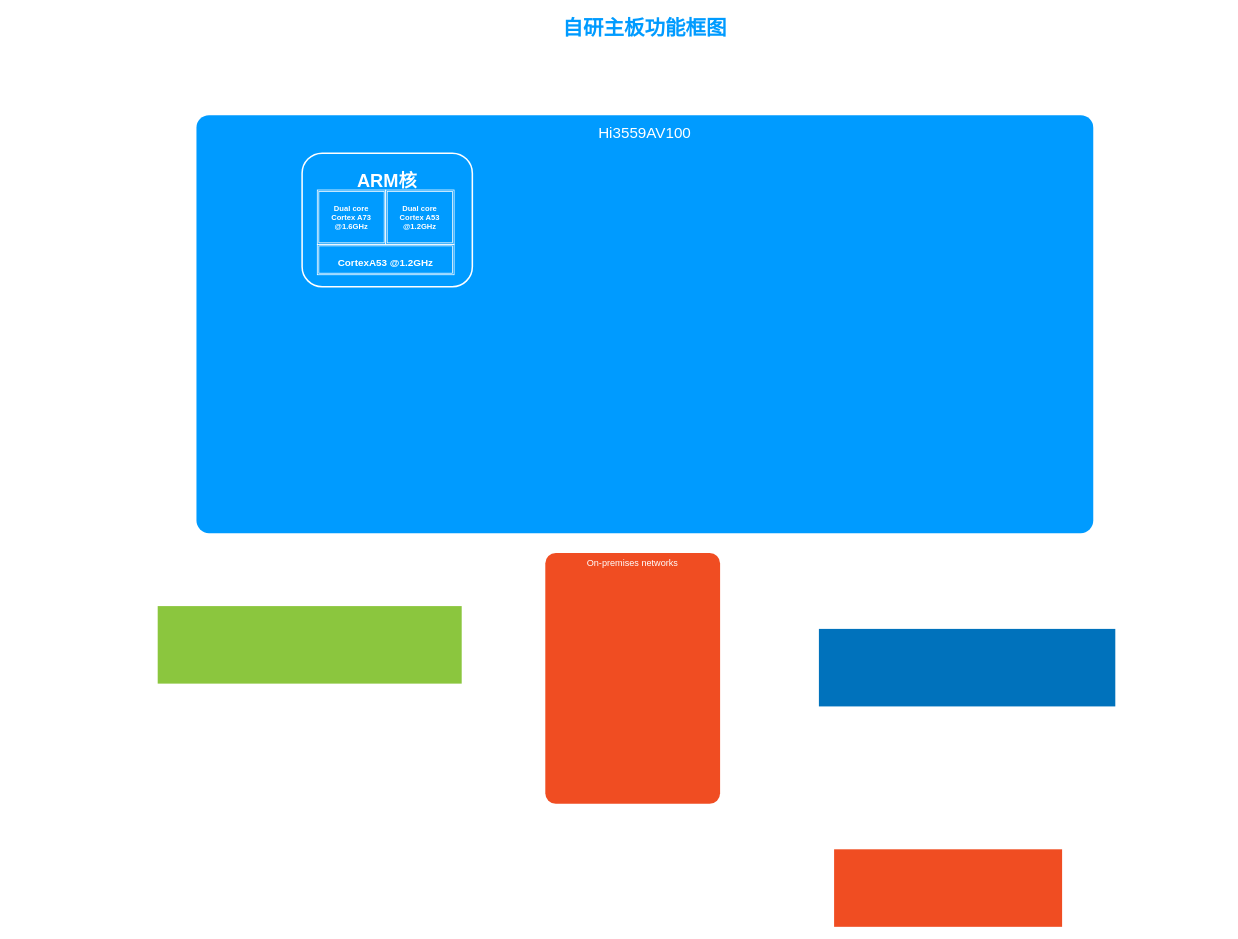
Above: Hi3559av100.drawio in qiaoshouxing/draw.io (draw.io), before the change. Source tidied: cells renumbered, new cells numbered last; positions are measured from the earlier drawing's top-left corner, leaving out a move shared by most shapes. Both pictures are drawn from the tidied source at 76%, with x=0, y=0 at pixel (65, 13).
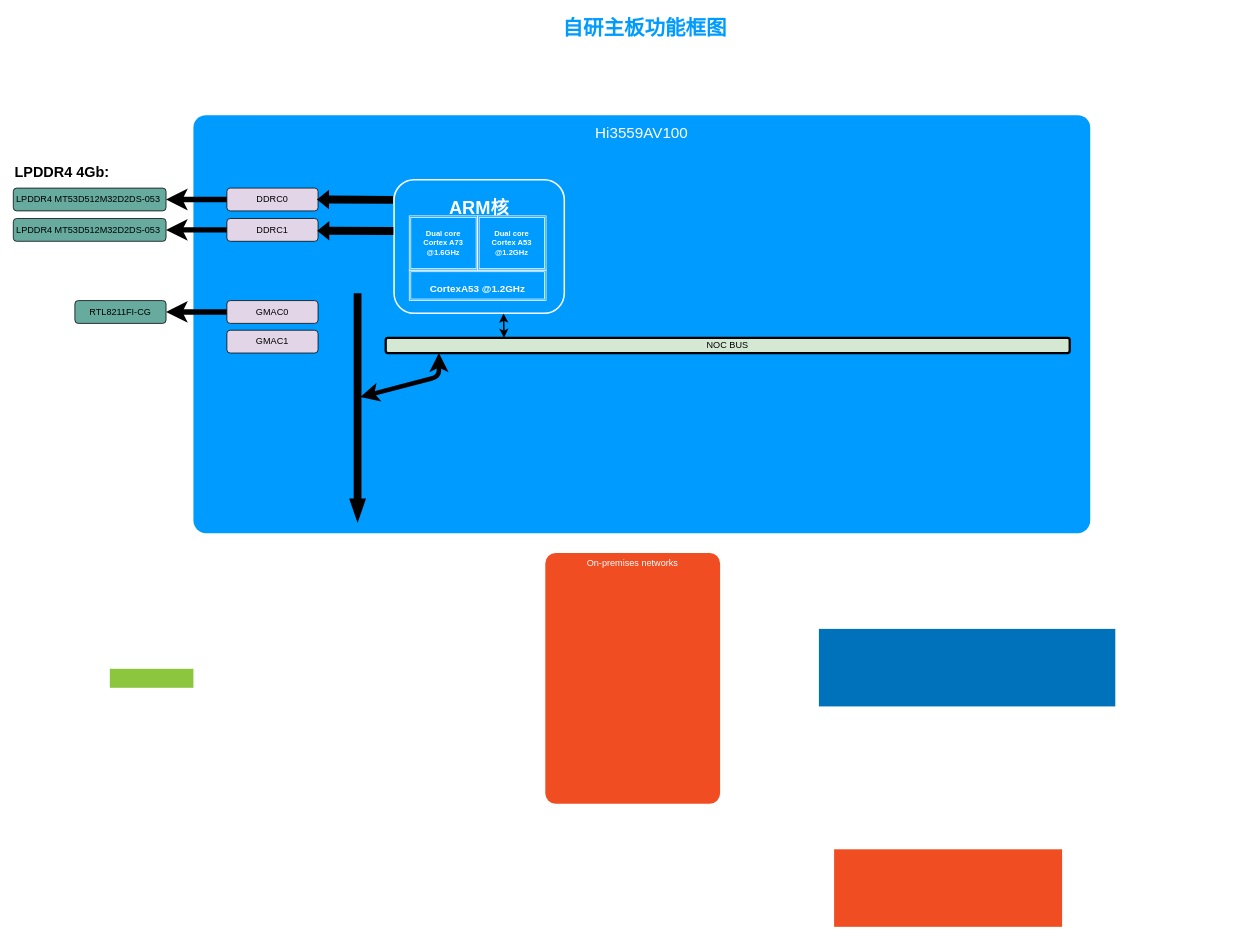
The same diagram, later.

Change to the diagram source:
```diff
@@
     <mxCell id="2" value="Hi3559AV100" style="whiteSpace=wrap;html=1;rounded=1;shadow=0;strokeColor=none;strokeWidth=2;fillColor=#009BFF;fontSize=20;fontColor=#FFFFFF;align=center;arcSize=3;verticalAlign=top;spacingTop=4;" parent="1" vertex="1">
-      <mxGeometry x="173" y="134" width="1180" height="550" as="geometry" />
+      <mxGeometry x="169" y="134" width="1180" height="550" as="geometry" />
     </mxCell>
@@
     <mxCell id="4" value="&lt;h1&gt;&lt;b style=&quot;color: rgb(255 , 255 , 255)&quot;&gt;ARM核&lt;/b&gt;&lt;/h1&gt;" style="rounded=1;whiteSpace=wrap;html=1;shadow=0;strokeWidth=2;fillColor=none;fontSize=12;fontColor=#000000;align=center;strokeColor=#FFFFFF;verticalAlign=top;" parent="1" vertex="1">
-      <mxGeometry x="312" y="184" width="224" height="175.8" as="geometry" />
+      <mxGeometry x="433" y="219" width="224" height="175.8" as="geometry" />
     </mxCell>
@@
     <mxCell id="6" style="rounded=0;whiteSpace=wrap;html=1;shadow=0;strokeWidth=2;fillColor=#8BC63E;fontSize=12;fontColor=#FFFFFF;align=center;strokeColor=none;arcSize=6;verticalAlign=top;" parent="1" vertex="1">
-      <mxGeometry x="122" y="780" width="400" height="102" as="geometry" />
+      <mxGeometry x="59" y="862.5" width="110" height="25" as="geometry" />
     </mxCell>
@@
     <mxCell id="9" value="&lt;div style=&quot;font-size: 10px&quot;&gt;&lt;font style=&quot;font-size: 10px&quot;&gt;Dual core&lt;/font&gt;&lt;/div&gt;&lt;div style=&quot;font-size: 10px&quot;&gt;&lt;font style=&quot;font-size: 10px&quot;&gt;Cortex A73&lt;/font&gt;&lt;/div&gt;&lt;div style=&quot;font-size: 10px&quot;&gt;&lt;font style=&quot;font-size: 10px&quot;&gt;@1.6GHz&lt;/font&gt;&lt;/div&gt;" style="shape=ext;double=1;rounded=1;whiteSpace=wrap;html=1;fillColor=none;fontSize=27;fontColor=#FFFFFF;labelBackgroundColor=none;strokeColor=#FFFFFF;arcSize=0;fontStyle=1;" parent="1" vertex="1">
-      <mxGeometry x="332" y="232.5" width="90" height="71.5" as="geometry" />
+      <mxGeometry x="453" y="266.5" width="90" height="71.5" as="geometry" />
     </mxCell>
     <mxCell id="10" value="&lt;div style=&quot;font-size: 10px&quot;&gt;&lt;font style=&quot;font-size: 10px&quot;&gt;Dual core&lt;/font&gt;&lt;/div&gt;&lt;div style=&quot;font-size: 10px&quot;&gt;&lt;font style=&quot;font-size: 10px&quot;&gt;Cortex A53&lt;/font&gt;&lt;/div&gt;&lt;div style=&quot;font-size: 10px&quot;&gt;&lt;font style=&quot;font-size: 10px&quot;&gt;@1.2GHz&lt;/font&gt;&lt;/div&gt;" style="shape=ext;double=1;rounded=1;whiteSpace=wrap;html=1;fillColor=none;fontSize=27;fontColor=#FFFFFF;labelBackgroundColor=none;strokeColor=#FFFFFF;arcSize=0;fontStyle=1;" parent="1" vertex="1">
-      <mxGeometry x="422" y="232.5" width="90" height="71.5" as="geometry" />
+      <mxGeometry x="543" y="266.5" width="90" height="71.5" as="geometry" />
     </mxCell>
     <mxCell id="11" value="&lt;div&gt;&lt;font style=&quot;font-size: 13px&quot;&gt;CortexA53 @1.2GHz&lt;/font&gt;&lt;/div&gt;" style="shape=ext;double=1;rounded=1;whiteSpace=wrap;html=1;fillColor=none;fontSize=27;fontColor=#FFFFFF;labelBackgroundColor=none;strokeColor=#FFFFFF;arcSize=0;fontStyle=1;" parent="1" vertex="1">
-      <mxGeometry x="332" y="304" width="180" height="40" as="geometry" />
+      <mxGeometry x="453" y="338" width="180" height="40" as="geometry" />
     </mxCell>
+    <mxCell id="12" value="NOC BUS" style="rounded=1;whiteSpace=wrap;html=1;fillColor=#d5e8d4;strokeColor=#000000;strokeWidth=3;" parent="1" vertex="1">
+      <mxGeometry x="422" y="427" width="900" height="20" as="geometry" />
+    </mxCell>
+    <mxCell id="13" style="endArrow=classic;startArrow=classic;html=1;exitX=0.173;exitY=0;exitDx=0;exitDy=0;exitPerimeter=0;strokeWidth=2;entryX=0.643;entryY=1.001;entryDx=0;entryDy=0;entryPerimeter=0;" parent="1" edge="1" source="12" target="4">
+      <mxGeometry relative="1" as="geometry" />
+    </mxCell>
+    <mxCell id="14" style="html=1;shadow=0;dashed=0;align=center;verticalAlign=middle;shape=mxgraph.arrows2.arrow;dy=0.6;dx=26;direction=south;notch=0;strokeColor=#000000;strokeWidth=3;fillColor=#000000;" parent="1" vertex="1">
+      <mxGeometry x="376" y="370" width="18" height="296" as="geometry" />
+    </mxCell>
+    <mxCell id="15" style="endArrow=classic;startArrow=classic;html=1;strokeWidth=6;jumpSize=7;exitX=0;exitY=0;exitDx=135;exitDy=5.3999999999999995;exitPerimeter=0;" parent="1" edge="1" source="14">
+      <mxGeometry relative="1" as="geometry">
+        <mxPoint x="492" y="447" as="targetPoint" />
+        <Array as="points">
+          <mxPoint x="492" y="478" />
+        </Array>
+      </mxGeometry>
+    </mxCell>
+    <mxCell id="16" style="edgeStyle=orthogonalEdgeStyle;rounded=0;jumpSize=7;jettySize=auto;html=1;strokeWidth=7;fillColor=#000000;" parent="1" edge="1" source="17" target="18">
+      <mxGeometry relative="1" as="geometry" />
+    </mxCell>
+    <mxCell id="17" value="DDRC0" style="rounded=1;whiteSpace=wrap;html=1;strokeColor=#000000;strokeWidth=1;fillColor=#e1d5e7;" parent="1" vertex="1">
+      <mxGeometry x="213" y="230" width="120" height="30" as="geometry" />
+    </mxCell>
+    <mxCell id="18" value="&lt;div&gt;LPDDR4&amp;nbsp;&lt;span&gt;MT53D512M&lt;/span&gt;&lt;span&gt;32D2DS-053&amp;nbsp;&lt;/span&gt;&lt;/div&gt;" style="rounded=1;whiteSpace=wrap;html=1;strokeColor=#000000;strokeWidth=1;fillColor=#67AB9F;" parent="1" vertex="1">
+      <mxGeometry x="-68" y="230" width="201" height="30" as="geometry" />
+    </mxCell>
+    <mxCell id="19" style="edgeStyle=orthogonalEdgeStyle;rounded=0;jumpSize=7;jettySize=auto;html=1;strokeWidth=7;fillColor=#000000;" parent="1" edge="1" source="20" target="21">
+      <mxGeometry relative="1" as="geometry" />
+    </mxCell>
+    <mxCell id="20" value="DDRC1" style="rounded=1;whiteSpace=wrap;html=1;strokeColor=#000000;strokeWidth=1;fillColor=#e1d5e7;" parent="1" vertex="1">
+      <mxGeometry x="213" y="270" width="120" height="30" as="geometry" />
+    </mxCell>
+    <mxCell id="21" value="LPDDR4&amp;nbsp;MT53D512M32D2DS-053&amp;nbsp;" style="rounded=1;whiteSpace=wrap;html=1;strokeColor=#000000;strokeWidth=1;fillColor=#67AB9F;" parent="1" vertex="1">
+      <mxGeometry x="-68" y="270" width="201" height="30" as="geometry" />
+    </mxCell>
+    <mxCell id="22" style="shape=flexArrow;endArrow=classic;html=1;strokeWidth=1;exitX=0.005;exitY=0.151;exitDx=0;exitDy=0;exitPerimeter=0;entryX=1;entryY=0.5;entryDx=0;entryDy=0;fillColor=#000000;strokeColor=none;endWidth=14.285714285714285;endSize=4.961904761904762;width=10.476190476190476;" parent="1" edge="1">
+      <mxGeometry relative="1" as="geometry">
+        <mxPoint x="432.1" y="245.5" as="sourcePoint" />
+        <mxPoint x="331" y="245" as="targetPoint" />
+      </mxGeometry>
+    </mxCell>
+    <mxCell id="23" style="shape=flexArrow;endArrow=classic;html=1;strokeWidth=1;exitX=0.005;exitY=0.151;exitDx=0;exitDy=0;exitPerimeter=0;entryX=1;entryY=0.5;entryDx=0;entryDy=0;fillColor=#000000;strokeColor=none;endWidth=14.285714285714285;endSize=4.961904761904762;width=10.476190476190476;" parent="1" edge="1">
+      <mxGeometry relative="1" as="geometry">
+        <mxPoint x="432.6" y="286.5" as="sourcePoint" />
+        <mxPoint x="331.4" y="286" as="targetPoint" />
+      </mxGeometry>
+    </mxCell>
+    <mxCell id="24" style="edgeStyle=orthogonalEdgeStyle;rounded=0;jumpSize=7;jettySize=auto;html=1;strokeWidth=7;fillColor=#000000;" parent="1" edge="1" source="25" target="26">
+      <mxGeometry relative="1" as="geometry" />
+    </mxCell>
+    <mxCell id="25" value="GMAC0" style="rounded=1;whiteSpace=wrap;html=1;strokeColor=#000000;strokeWidth=1;fillColor=#e1d5e7;" parent="1" vertex="1">
+      <mxGeometry x="213" y="378" width="120" height="30" as="geometry" />
+    </mxCell>
+    <mxCell id="26" value="RTL8211FI-CG" style="rounded=1;whiteSpace=wrap;html=1;strokeColor=#000000;strokeWidth=1;fillColor=#67AB9F;" parent="1" vertex="1">
+      <mxGeometry x="13" y="378" width="120" height="30" as="geometry" />
+    </mxCell>
+    <mxCell id="27" value="GMAC1" style="rounded=1;whiteSpace=wrap;html=1;strokeColor=#000000;strokeWidth=1;fillColor=#e1d5e7;" parent="1" vertex="1">
+      <mxGeometry x="213" y="417" width="120" height="30" as="geometry" />
+    </mxCell>
+    <mxCell id="28" value="&lt;b&gt;&lt;font style=&quot;font-size: 19px&quot;&gt;LPDDR4 4Gb:&lt;/font&gt;&lt;/b&gt;" style="text;html=1;strokeColor=none;fillColor=none;align=left;verticalAlign=middle;whiteSpace=wrap;rounded=0;" parent="1" vertex="1">
+      <mxGeometry x="-68" y="190" width="144.5" height="40" as="geometry" />
+    </mxCell>
```
